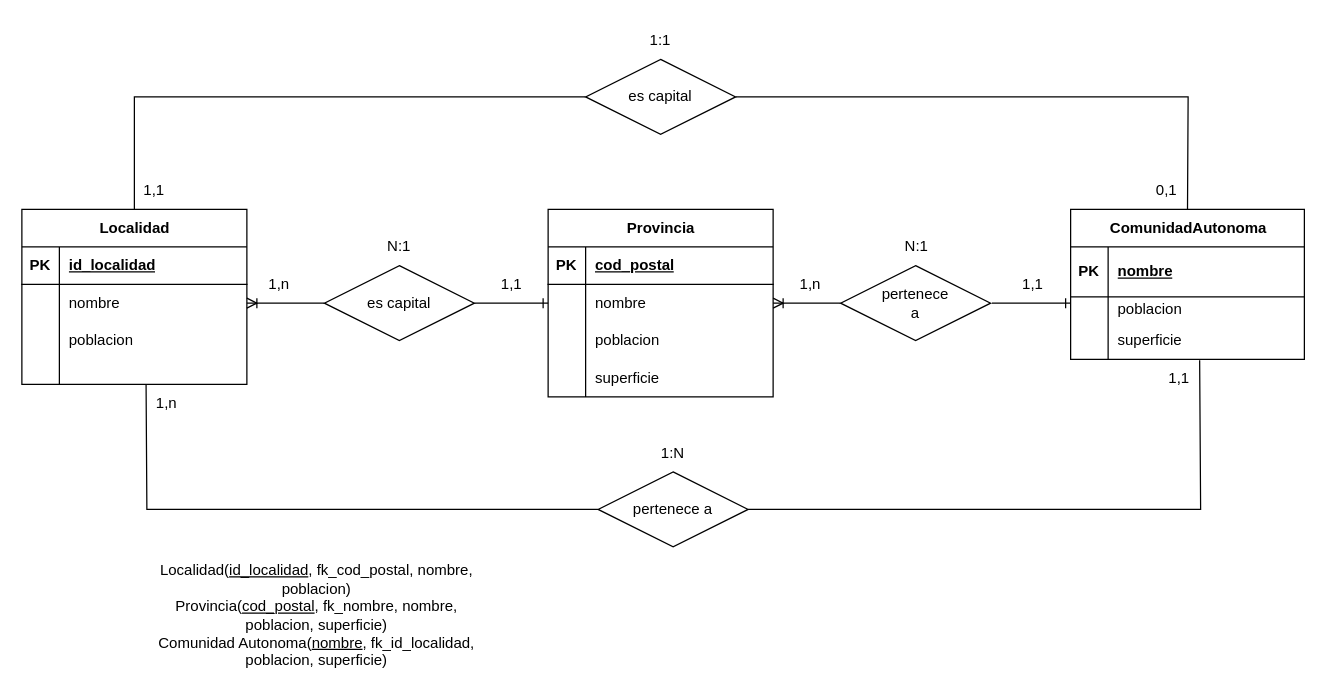
Daninuro/diagrames-cvf-dn-mpl-n-11102023 keeps this draw.io diagram as Ejercicio03.drawio. Above is the earlier version. Source tidied: cells renumbered, new cells numbered last; positions are measured from the earlier drawing's top-left corner, leaving out a move shared by most shapes. Both pictures are drawn from the tidied source at 125%, with x=0, y=0 at pixel (21, 21).
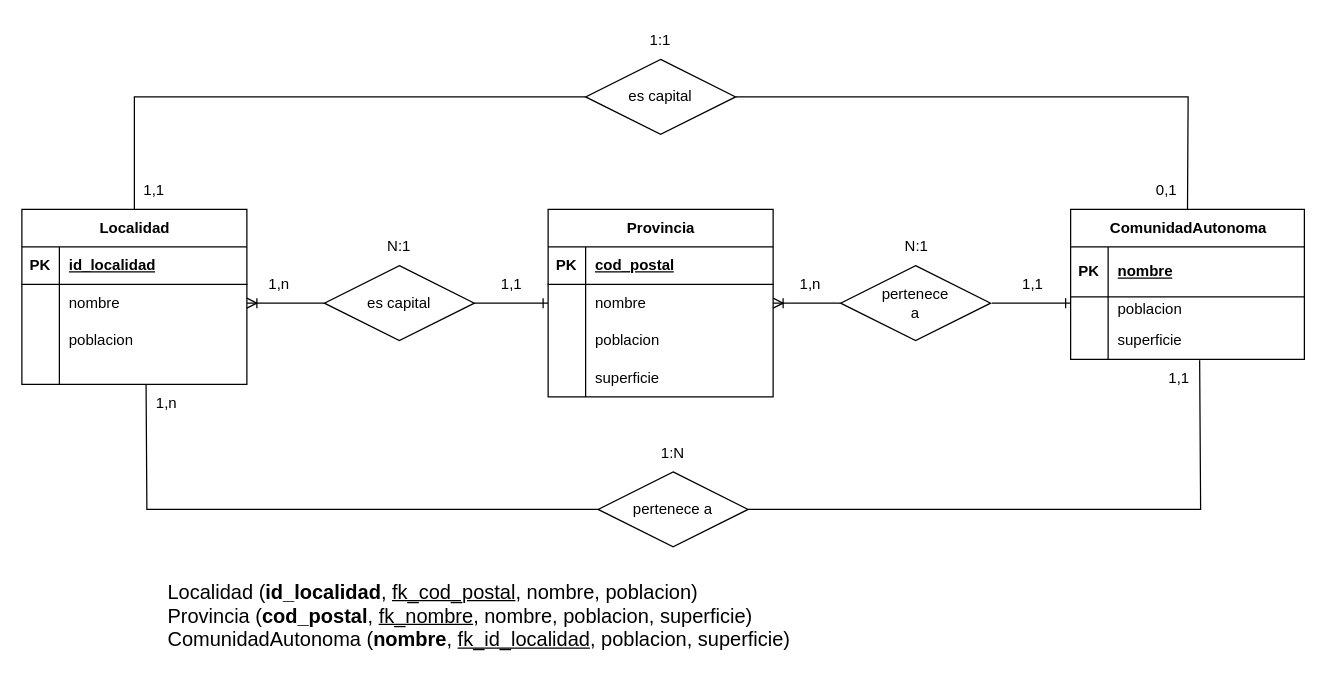
The same page after the edit.

Change to the diagram source:
```diff
@@
-    <mxCell id="62" value="Localidad(&lt;u&gt;id_localidad&lt;/u&gt;, fk_cod_postal, nombre, poblacion)&lt;br&gt;Provincia(&lt;u&gt;cod_postal&lt;/u&gt;, fk_nombre, nombre, poblacion, superficie)&lt;br&gt;Comunidad Autonoma(&lt;u&gt;nombre&lt;/u&gt;, fk_id_localidad, poblacion, superficie)" style="text;html=1;strokeColor=none;fillColor=none;align=center;verticalAlign=middle;whiteSpace=wrap;rounded=0;" parent="1" vertex="1">
-      <mxGeometry x="96" y="460" width="280" height="30" as="geometry" />
+    <mxCell id="62" value="&lt;p style=&quot;line-height: 180%;&quot;&gt;&lt;/p&gt;&lt;div style=&quot;text-align: left;&quot;&gt;&lt;span style=&quot;font-size: 16px; background-color: initial;&quot;&gt;Localidad (&lt;/span&gt;&lt;span style=&quot;font-size: 16px; background-color: initial;&quot;&gt;&lt;b style=&quot;&quot;&gt;id_localidad&lt;/b&gt;&lt;/span&gt;&lt;span style=&quot;font-size: 16px; background-color: initial;&quot;&gt;, &lt;u&gt;fk_cod_postal&lt;/u&gt;, nombre, poblacion)&lt;/span&gt;&lt;/div&gt;&lt;font style=&quot;font-size: 16px;&quot;&gt;&lt;div style=&quot;text-align: left;&quot;&gt;&lt;span style=&quot;background-color: initial;&quot;&gt;Provincia (&lt;/span&gt;&lt;span style=&quot;background-color: initial;&quot;&gt;&lt;b style=&quot;&quot;&gt;cod_postal&lt;/b&gt;&lt;/span&gt;&lt;span style=&quot;background-color: initial;&quot;&gt;, &lt;u&gt;fk_nombre&lt;/u&gt;, nombre, poblacion, superficie)&lt;/span&gt;&lt;/div&gt;&lt;div style=&quot;text-align: left;&quot;&gt;&lt;span style=&quot;background-color: initial;&quot;&gt;ComunidadAutonoma (&lt;/span&gt;&lt;span style=&quot;background-color: initial;&quot;&gt;&lt;b&gt;nombre&lt;/b&gt;&lt;/span&gt;&lt;span style=&quot;background-color: initial;&quot;&gt;, &lt;u&gt;fk_id_localidad&lt;/u&gt;, poblacion, superficie)&lt;/span&gt;&lt;/div&gt;&lt;/font&gt;&lt;p&gt;&lt;/p&gt;" style="text;html=1;strokeColor=none;fillColor=none;align=center;verticalAlign=middle;whiteSpace=wrap;rounded=0;" parent="1" vertex="1">
+      <mxGeometry x="96" y="460" width="540" height="30" as="geometry" />
     </mxCell>
```
